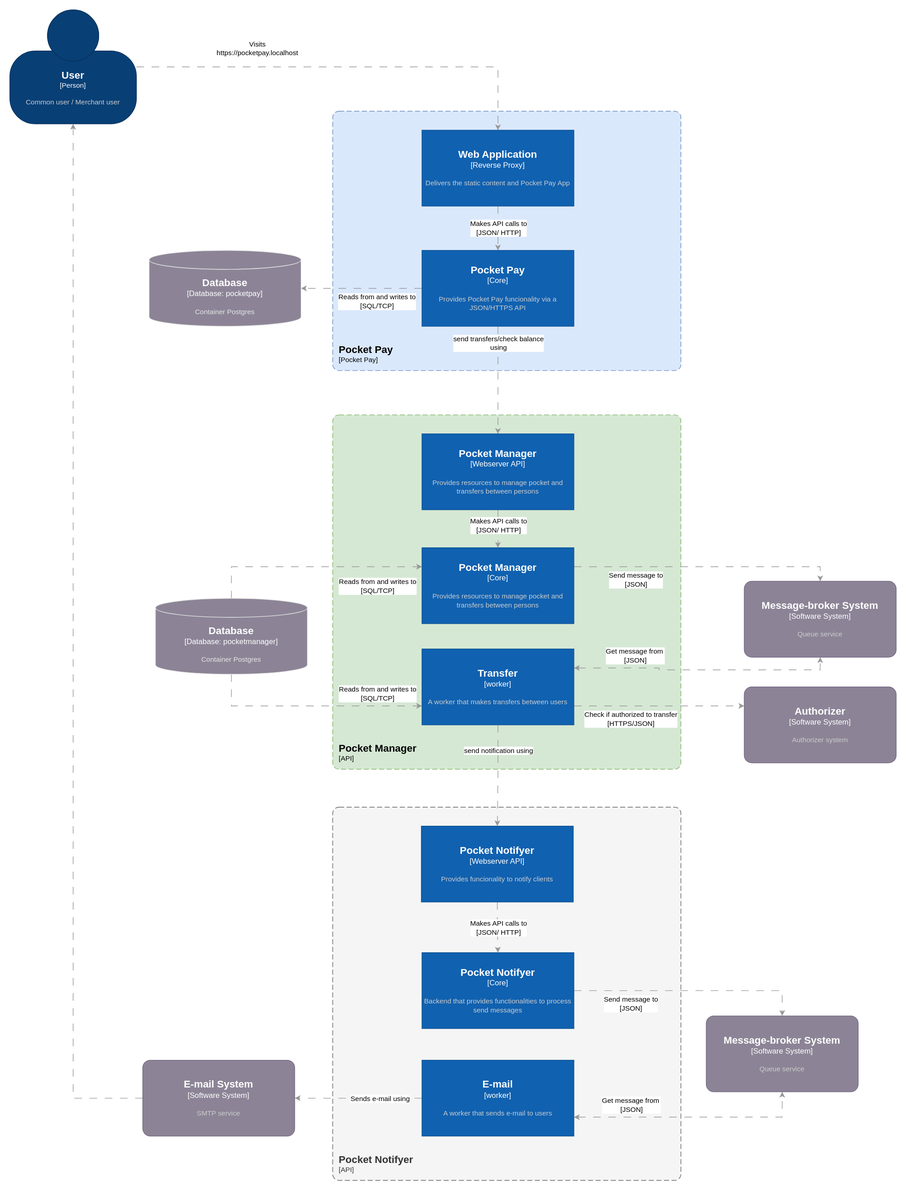
This is doc/container.svg from vakaman/pocketpay, a draw.io export, as it was before one commit. Source tidied: cells renumbered, new cells last; positions are measured from the earlier drawing's top-left corner, leaving out a move shared by most shapes.
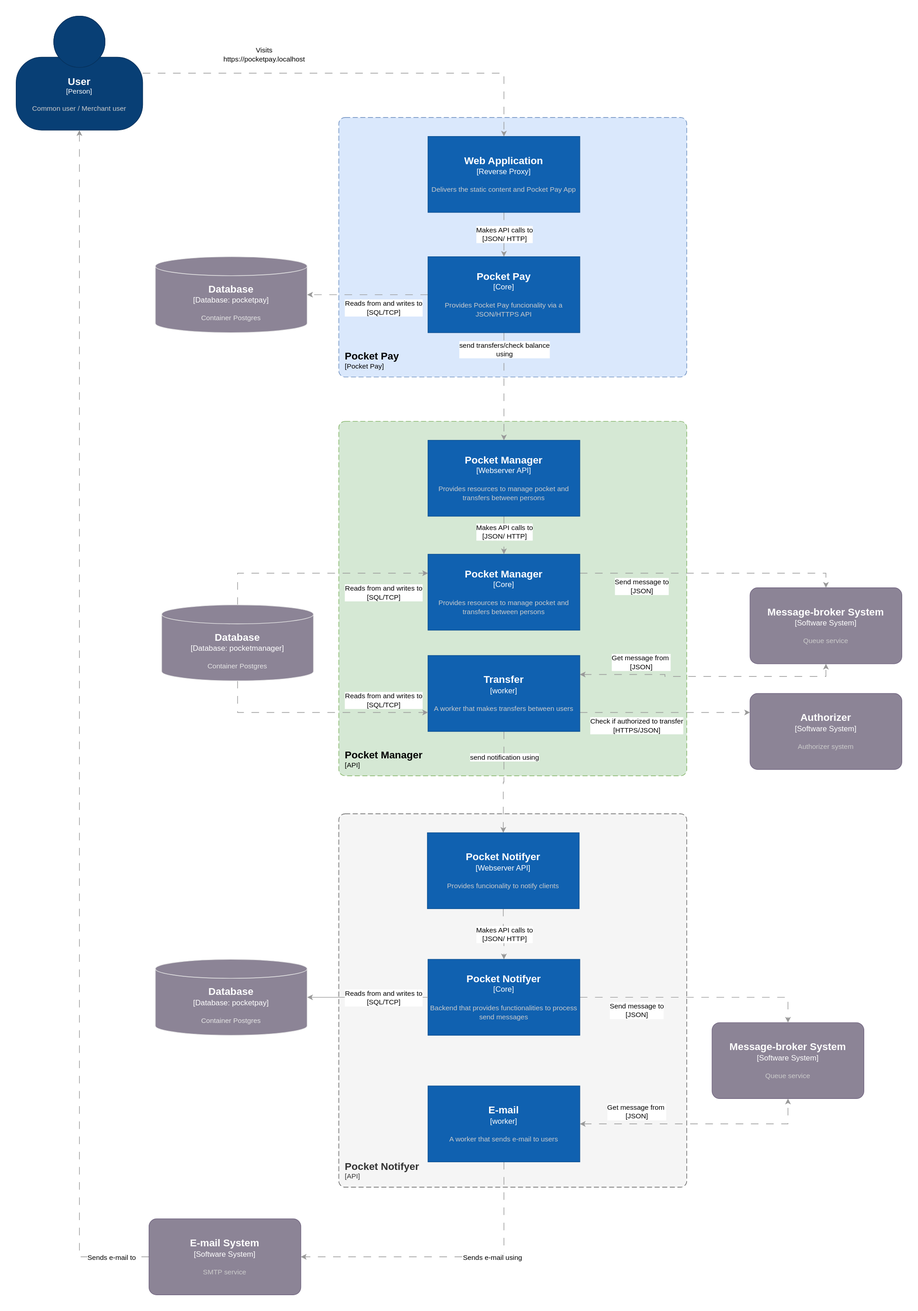
After the commit.

Diff of the diagram source:
```diff
@@ -51,7 +51,7 @@
         <mxPoint x="25" y="20" as="offset" />
       </mxGeometry>
     </mxCell>
-    <mxCell id="13" style="rounded=0;jettySize=auto;html=1;dashed=1;dashPattern=12 12;strokeColor=#999999;exitX=0;exitY=0.5;exitDx=0;exitDy=0;exitPerimeter=0;edgeStyle=orthogonalEdgeStyle;" parent="1" edge="1" source="26" target="23">
+    <mxCell id="13" style="rounded=0;jettySize=auto;html=1;dashed=1;dashPattern=12 12;strokeColor=#999999;exitX=0.5;exitY=1;exitDx=0;exitDy=0;exitPerimeter=0;edgeStyle=orthogonalEdgeStyle;entryX=1;entryY=0.5;entryDx=0;entryDy=0;entryPerimeter=0;" parent="1" edge="1" source="26" target="23">
       <mxGeometry relative="1" as="geometry" />
     </mxCell>
     <mxCell id="14" value="Sends e-mail using" style="edgeLabel;html=1;align=center;verticalAlign=middle;" parent="13" vertex="1">
@@ -90,15 +90,15 @@
     </mxCell>
     <mxCell id="22" value="Sends e-mail to" style="edgeLabel;html=1;align=center;verticalAlign=middle;" parent="21" vertex="1">
       <mxGeometry x="0.05" y="-1" relative="1" as="geometry">
-        <mxPoint x="159" y="719" as="offset" />
+        <mxPoint x="49" y="886" as="offset" />
       </mxGeometry>
     </mxCell>
     <object id="23" label="&lt;font style=&quot;font-size: 16px&quot;&gt;&lt;b&gt;%c4Name%&lt;/b&gt;&lt;/font&gt;&lt;div&gt;[%c4Type%]&lt;/div&gt;&lt;br&gt;&lt;div&gt;&lt;font style=&quot;font-size: 11px&quot;&gt;&lt;font color=&quot;#cccccc&quot;&gt;%c4Description%&lt;/font&gt;&lt;/div&gt;" c4Description="SMTP service" c4Name="E-mail System" c4Type="Software System" placeholders="1">
       <mxCell style="rounded=1;whiteSpace=wrap;html=1;labelBackgroundColor=none;fillColor=#8C8496;fontColor=#ffffff;align=center;arcSize=10;strokeColor=#736782;points=[[0.25,0,0],[0.5,0,0],[0.75,0,0],[1,0.25,0],[1,0.5,0],[1,0.75,0],[0.75,1,0],[0.5,1,0],[0.25,1,0],[0,0.75,0],[0,0.5,0],[0,0.25,0]];" parent="1" vertex="1">
-        <mxGeometry x="210" y="1660" width="240" height="120" as="geometry" />
+        <mxGeometry x="210" y="1900" width="240" height="120" as="geometry" />
       </mxCell>
     </object>
-    <mxCell id="24" style="rounded=0;jettySize=auto;html=1;dashed=1;dashPattern=12 12;edgeStyle=orthogonalEdgeStyle;strokeColor=#999999;startArrow=classic;startFill=1;entryX=0.5;entryY=1;entryDx=0;entryDy=0;entryPerimeter=0;exitX=1;exitY=0.75;exitDx=0;exitDy=0;exitPerimeter=0;" parent="1" edge="1" source="26" target="32">
+    <mxCell id="24" style="rounded=0;jettySize=auto;html=1;dashed=1;dashPattern=12 12;edgeStyle=orthogonalEdgeStyle;strokeColor=#999999;startArrow=classic;startFill=1;entryX=0.5;entryY=1;entryDx=0;entryDy=0;entryPerimeter=0;exitX=1;exitY=0.5;exitDx=0;exitDy=0;exitPerimeter=0;" parent="1" edge="1" source="26" target="32">
       <mxGeometry relative="1" as="geometry" />
     </mxCell>
     <mxCell id="25" value="Get message from&amp;nbsp;&lt;br style=&quot;border-color: var(--border-color);&quot;&gt;[JSON]" style="edgeLabel;html=1;align=center;verticalAlign=middle;" parent="24" vertex="1">
@@ -108,7 +108,7 @@
     </mxCell>
     <object id="26" label="&lt;font style=&quot;font-size: 16px&quot;&gt;&lt;b&gt;%c4Name%&lt;/b&gt;&lt;/font&gt;&lt;div&gt;[%c4Type%]&lt;/div&gt;&lt;br&gt;&lt;div&gt;&lt;font style=&quot;font-size: 11px&quot;&gt;&lt;font color=&quot;#cccccc&quot;&gt;%c4Description%&lt;/font&gt;&lt;/div&gt;" c4Description="A worker that sends e-mail to users" c4Name="E-mail" c4Type="worker" placeholders="1">
       <mxCell style="rounded=1;whiteSpace=wrap;html=1;labelBackgroundColor=none;fillColor=#1061B0;fontColor=#ffffff;align=center;arcSize=0;strokeColor=#0D5091;points=[[0.25,0,0],[0.5,0,0],[0.75,0,0],[1,0.25,0],[1,0.5,0],[1,0.75,0],[0.75,1,0],[0.5,1,0],[0.25,1,0],[0,0.75,0],[0,0.5,0],[0,0.25,0]];" parent="1" vertex="1">
-        <mxGeometry x="651" y="1660" width="240" height="120" as="geometry" />
+        <mxGeometry x="651" y="1690" width="240" height="120" as="geometry" />
       </mxCell>
     </object>
     <mxCell id="27" style="rounded=0;jettySize=auto;html=1;dashed=1;dashPattern=12 12;exitX=1;exitY=0.25;exitDx=0;exitDy=0;exitPerimeter=0;edgeStyle=orthogonalEdgeStyle;strokeColor=#999999;startArrow=classic;startFill=1;entryX=0.5;entryY=1;entryDx=0;entryDy=0;entryPerimeter=0;" parent="1" edge="1" source="31" target="49">
@@ -220,5 +220,18 @@
         <mxGeometry x="651" y="850" width="240" height="120" as="geometry" />
       </mxCell>
     </object>
+    <mxCell id="52" style="edgeStyle=orthogonalEdgeStyle;rounded=0;jettySize=auto;html=1;startArrow=classic;startFill=1;endArrow=none;endFill=0;strokeColor=#999999;" parent="1" edge="1" source="54" target="50">
+      <mxGeometry relative="1" as="geometry" />
+    </mxCell>
+    <mxCell id="53" value="Reads from and writes to&lt;br style=&quot;border-color: var(--border-color);&quot;&gt;[SQL/TCP]" style="edgeLabel;html=1;align=center;verticalAlign=middle;" parent="52" vertex="1">
+      <mxGeometry x="-0.74" y="3" relative="1" as="geometry">
+        <mxPoint x="95" y="3" as="offset" />
+      </mxGeometry>
+    </mxCell>
+    <object id="54" label="&lt;font style=&quot;font-size: 16px&quot;&gt;&lt;b&gt;%c4Type%&lt;/b&gt;&lt;/font&gt;&lt;div&gt;[%c4Container%:&amp;nbsp;%c4Technology%]&lt;/div&gt;&lt;br&gt;&lt;div&gt;&lt;font style=&quot;font-size: 11px&quot;&gt;&lt;font color=&quot;#E6E6E6&quot;&gt;%c4Description%&lt;/font&gt;&lt;/div&gt;" c4Container="Database" c4Description="Container Postgres" c4Technology="pocketpay" c4Type="Database" placeholders="1">
+      <mxCell style="shape=cylinder3;size=15;whiteSpace=wrap;html=1;boundedLbl=1;rounded=0;labelBackgroundColor=none;fillColor=#8c8496;fontSize=12;fontColor=#ffffff;align=center;strokeColor=#E6E6E6;points=[[0.5,0,0],[1,0.25,0],[1,0.5,0],[1,0.75,0],[0.5,1,0],[0,0.75,0],[0,0.5,0],[0,0.25,0]];" parent="1" vertex="1">
+        <mxGeometry x="220" y="1490" width="240" height="120" as="geometry" />
+      </mxCell>
+    </object>
   </root>
 </mxGraphModel>
```
